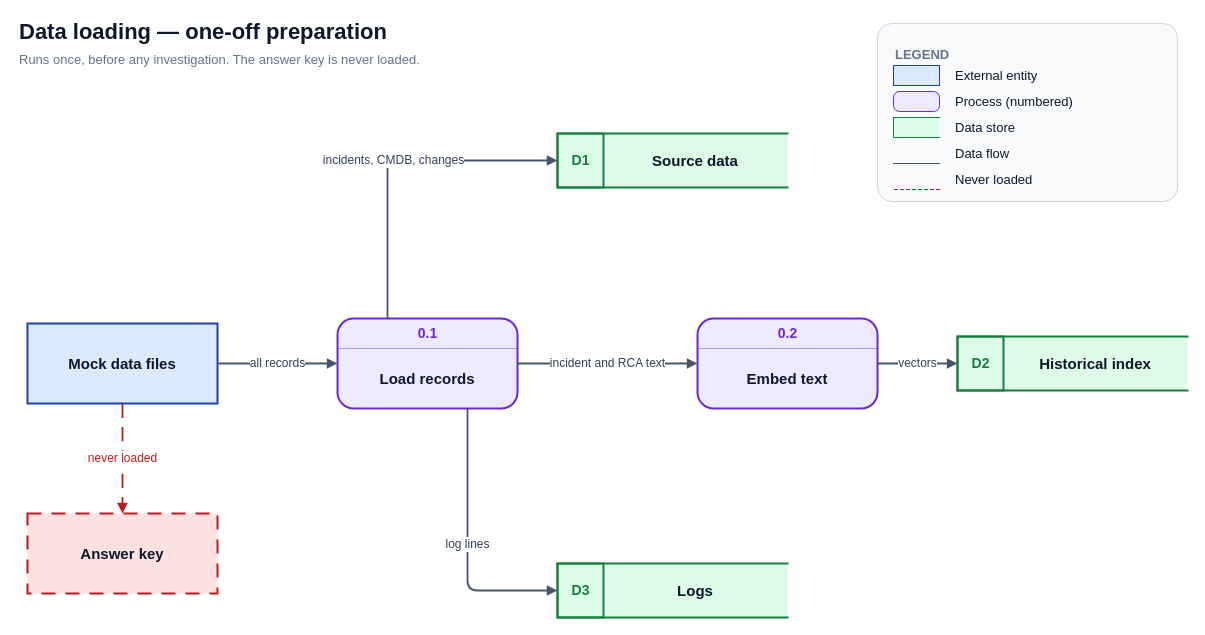
Above: diagrams/04-architecture/rca_data_loading.drawio in cristivalea/root-cause-analysis (draw.io), before the change. Source tidied: cells renumbered, new cells numbered last; positions are measured from the earlier drawing's top-left corner, leaving out a move shared by most shapes. Both pictures are drawn from the tidied source at 100%, with x=0, y=0 at pixel (17, 17).
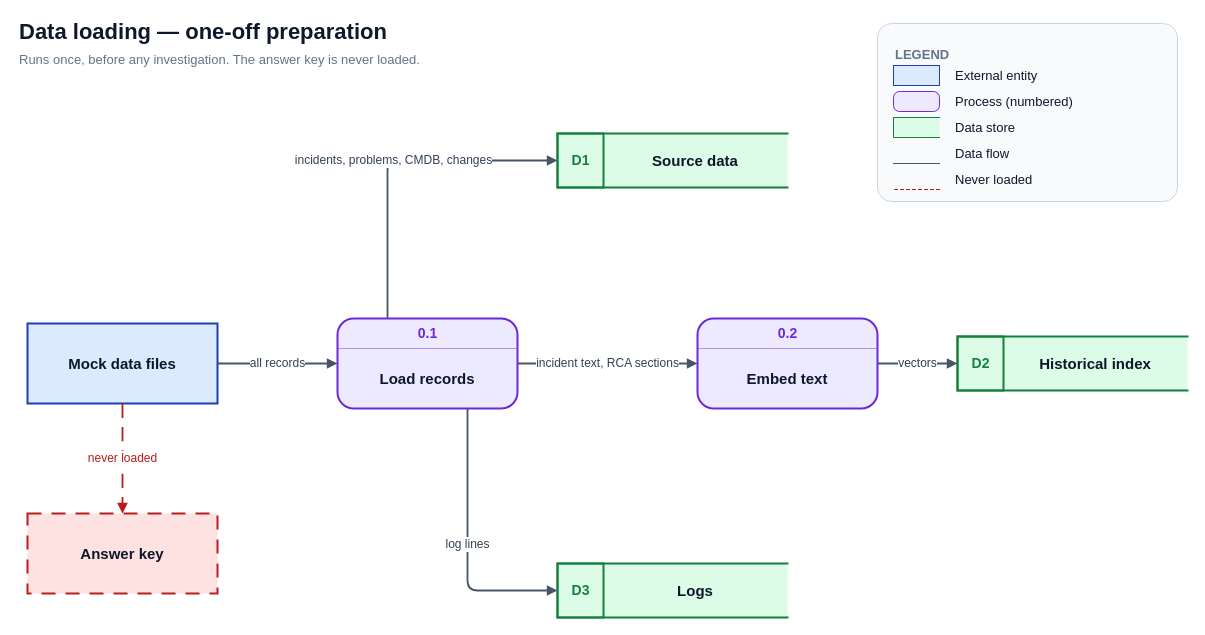
The same page after the edit.

The change refers to these unchanged cells:
```xml
<mxCell id="4" value="&lt;b&gt;Load records&lt;/b&gt;" style="rounded=1;arcSize=18;whiteSpace=wrap;html=1;fillColor=#ede9fe;strokeColor=#6d28d9;strokeWidth=2;fontSize=15;fontColor=#0f172a;verticalAlign=middle;spacingTop=30;" parent="1" vertex="1">
  <mxGeometry x="320" y="301" width="180" height="90" as="geometry" />
</mxCell>
<mxCell id="7" value="&lt;b&gt;Embed text&lt;/b&gt;" style="rounded=1;arcSize=18;whiteSpace=wrap;html=1;fillColor=#ede9fe;strokeColor=#6d28d9;strokeWidth=2;fontSize=15;fontColor=#0f172a;verticalAlign=middle;spacingTop=30;" parent="1" vertex="1">
  <mxGeometry x="680" y="301" width="180" height="90" as="geometry" />
</mxCell>
<mxCell id="10" value="&lt;b&gt;Source data&lt;/b&gt;" style="shape=partialRectangle;whiteSpace=wrap;html=1;right=0;top=1;bottom=1;left=1;fillColor=#dcfce7;strokeColor=#15803d;strokeWidth=2;fontSize=15;fontColor=#0f172a;align=center;spacingLeft=46;" parent="1" vertex="1">
  <mxGeometry x="540" y="116" width="230" height="54" as="geometry" />
</mxCell>
```

What changed in the source:
```diff
@@
-    <mxCell id="17" value="incidents, CMDB, changes" style="edgeStyle=orthogonalEdgeStyle;rounded=1;html=1;jettySize=auto;exitX=0.2778;exitY=0.0;exitDx=0;exitDy=0;entryX=0.0;entryY=0.5;entryDx=0;entryDy=0;strokeColor=#475569;strokeWidth=1.8;fontSize=12;fontColor=#334155;labelBackgroundColor=#ffffff;endArrow=block;endFill=1;endSize=6;" parent="1" edge="1" source="4" target="10">
+    <mxCell id="17" value="incidents, problems, CMDB, changes" style="edgeStyle=orthogonalEdgeStyle;rounded=1;html=1;jettySize=auto;exitX=0.2778;exitY=0.0;exitDx=0;exitDy=0;entryX=0.0;entryY=0.5;entryDx=0;entryDy=0;strokeColor=#475569;strokeWidth=1.8;fontSize=12;fontColor=#334155;labelBackgroundColor=#ffffff;endArrow=block;endFill=1;endSize=6;" parent="1" edge="1" source="4" target="10">
       <mxGeometry relative="1" as="geometry">
         <Array as="points">
           <mxPoint x="370" y="143" />
         </Array>
       </mxGeometry>
     </mxCell>
@@
-    <mxCell id="19" value="incident and RCA text" style="edgeStyle=orthogonalEdgeStyle;rounded=1;html=1;jettySize=auto;exitX=1.0;exitY=0.5;exitDx=0;exitDy=0;entryX=0.0;entryY=0.5;entryDx=0;entryDy=0;strokeColor=#475569;strokeWidth=1.8;fontSize=12;fontColor=#334155;labelBackgroundColor=#ffffff;endArrow=block;endFill=1;endSize=6;" parent="1" edge="1" source="4" target="7">
+    <mxCell id="19" value="incident text, RCA sections" style="edgeStyle=orthogonalEdgeStyle;rounded=1;html=1;jettySize=auto;exitX=1.0;exitY=0.5;exitDx=0;exitDy=0;entryX=0.0;entryY=0.5;entryDx=0;entryDy=0;strokeColor=#475569;strokeWidth=1.8;fontSize=12;fontColor=#334155;labelBackgroundColor=#ffffff;endArrow=block;endFill=1;endSize=6;" parent="1" edge="1" source="4" target="7">
       <mxGeometry relative="1" as="geometry" />
     </mxCell>
```
